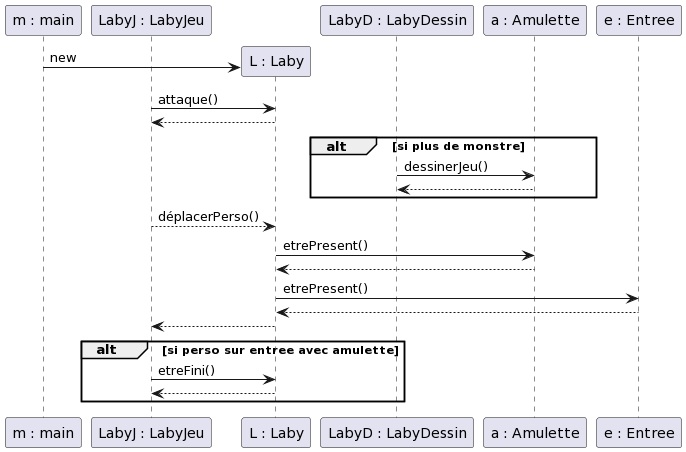
Before: documents/version_5/diagramme de séquence fin du jeu.png, a diagram exported from PlantUML (clem-png/2022_Zeldiablo_netange2u_formet13u_becker365u_durand314u).
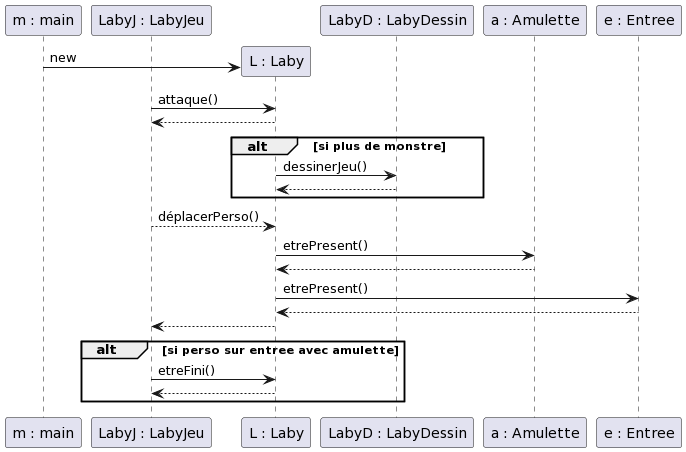
After the commit.

Commit message:
correction diag séquence

Change to the diagram source:
```diff
@@ -11,8 +11,8 @@
 lj -> l : attaque()
 l --> lj
 alt si plus de monstre
-ld -> a : dessinerJeu()
-a --> ld
+l -> ld : dessinerJeu()
+ld --> l
 end
 lj --> l : déplacerPerso()
 l -> a : etrePresent()
```
